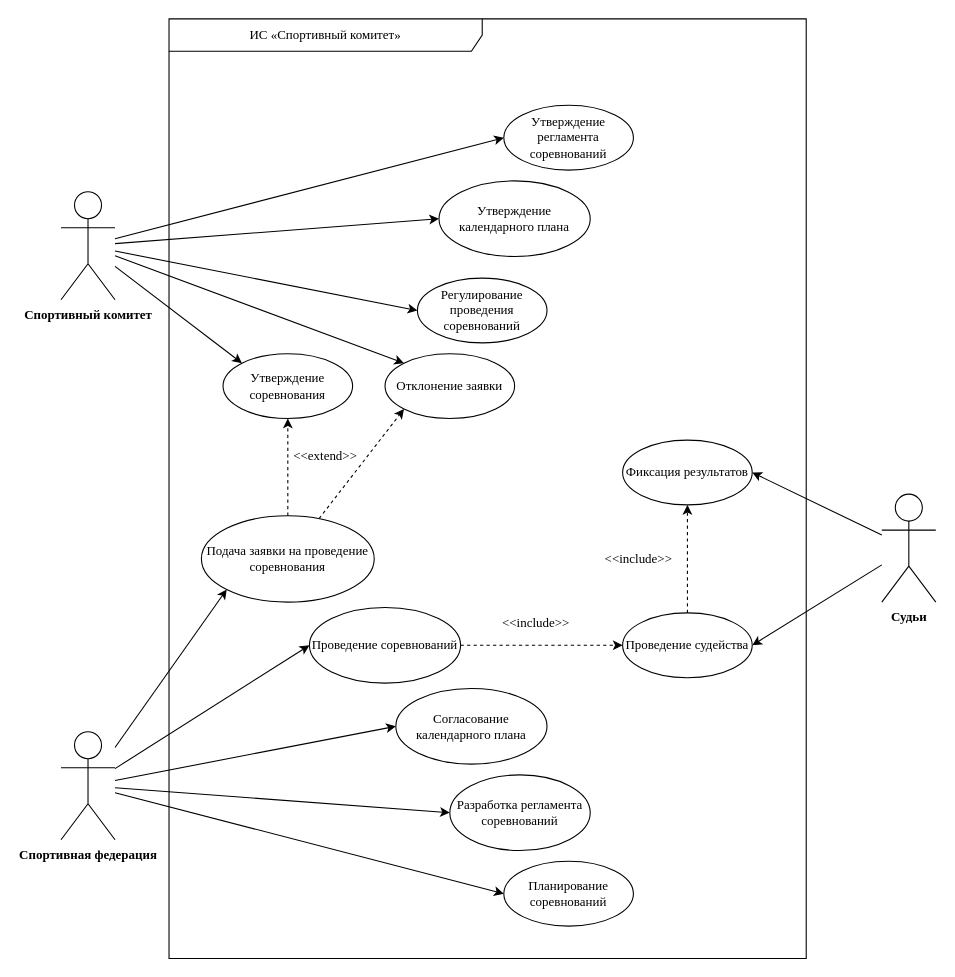
Earlier version of the draw.io diagram page "Вариантов" (5 of 11) of Диаграммы ИС «Спортивный комитет».drawio (antonch985/Education). Source tidied: cells renumbered, new cells numbered last; positions are measured from the earlier drawing's top-left corner, leaving out a move shared by most shapes. Both pictures are drawn from the tidied source at 108%, with x=0, y=0 at pixel (60, 18).
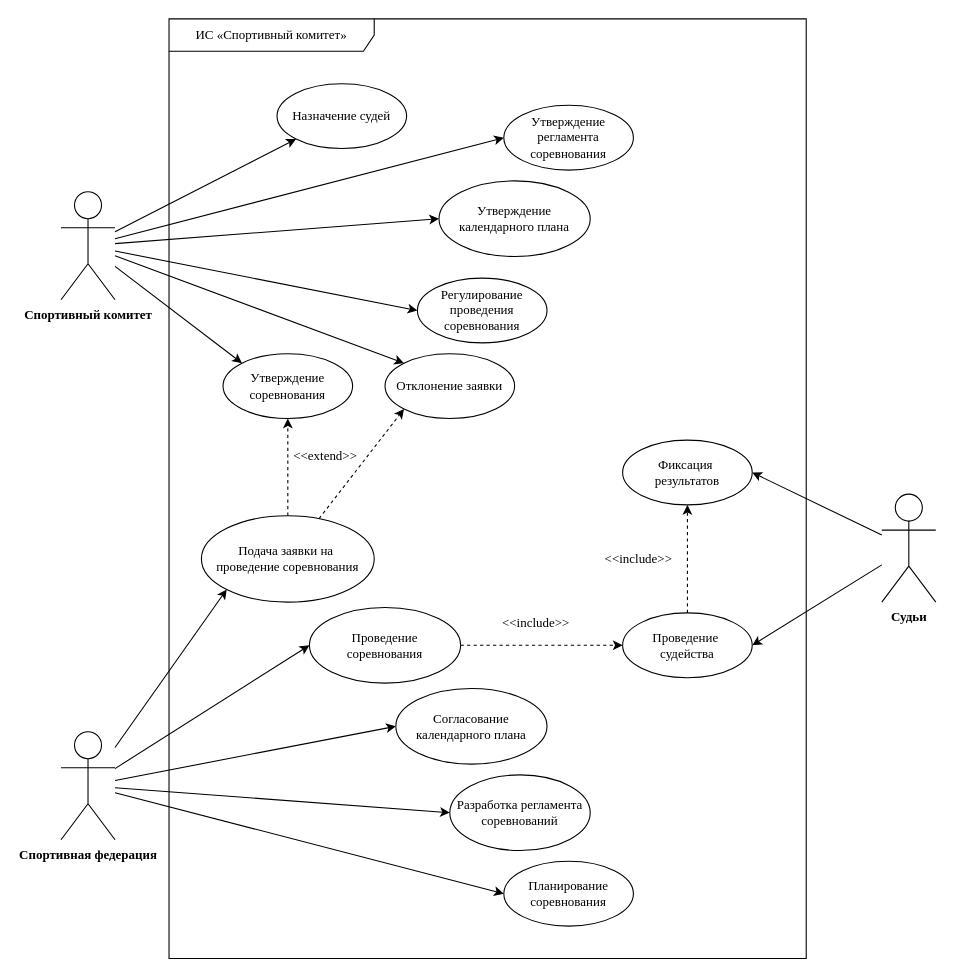
The same page after the edit.

Unchanged cells that the change refers to:
```xml
<mxCell id="7" value="Спортивный комитет" style="shape=umlActor;verticalLabelPosition=bottom;verticalAlign=top;html=1;outlineConnect=0;fontStyle=1;fontFamily=Times New Roman;" parent="1" vertex="1">
  <mxGeometry y="160" width="50" height="100" as="geometry" />
</mxCell>
```

Diff of the diagram source:
```diff
@@
+    <mxCell id="37" style="edgeStyle=none;rounded=0;jettySize=auto;html=1;entryX=0;entryY=1;entryDx=0;entryDy=0;" parent="1" edge="1" source="7" target="38">
+      <mxGeometry relative="1" as="geometry" />
+    </mxCell>
@@
-    <mxCell id="19" value="Подача заявки на проведение соревнования" style="ellipse;whiteSpace=wrap;html=1;fontFamily=Times New Roman;" parent="1" vertex="1">
+    <mxCell id="19" value="Подача заявки&amp;nbsp;&lt;span style=&quot;background-color: transparent; color: light-dark(rgb(0, 0, 0), rgb(255, 255, 255));&quot;&gt;на&amp;nbsp;&lt;/span&gt;&lt;div&gt;&lt;span style=&quot;background-color: transparent; color: light-dark(rgb(0, 0, 0), rgb(255, 255, 255));&quot;&gt;проведение соревнования&lt;/span&gt;&lt;/div&gt;" style="ellipse;whiteSpace=wrap;html=1;fontFamily=Times New Roman;" parent="1" vertex="1">
       <mxGeometry x="130" y="460" width="160" height="80" as="geometry" />
     </mxCell>
@@
-    <mxCell id="22" value="Планирование соревнований" style="ellipse;whiteSpace=wrap;html=1;fontFamily=Times New Roman;" parent="1" vertex="1">
+    <mxCell id="22" value="Планирование соревнования" style="ellipse;whiteSpace=wrap;html=1;fontFamily=Times New Roman;" parent="1" vertex="1">
       <mxGeometry x="410" y="780" width="120" height="60" as="geometry" />
     </mxCell>
@@
-    <mxCell id="25" value="Утверждение регламента соревнований" style="ellipse;whiteSpace=wrap;html=1;fontFamily=Times New Roman;" parent="1" vertex="1">
+    <mxCell id="25" value="Утверждение регламента соревнования" style="ellipse;whiteSpace=wrap;html=1;fontFamily=Times New Roman;" parent="1" vertex="1">
       <mxGeometry x="410" y="80" width="120" height="60" as="geometry" />
     </mxCell>
-    <mxCell id="26" value="Регулирование проведения соревнований" style="ellipse;whiteSpace=wrap;html=1;fontFamily=Times New Roman;" parent="1" vertex="1">
+    <mxCell id="26" value="Регулирование проведения соревнования" style="ellipse;whiteSpace=wrap;html=1;fontFamily=Times New Roman;" parent="1" vertex="1">
       <mxGeometry x="330" y="240" width="120" height="60" as="geometry" />
     </mxCell>
@@
-    <mxCell id="28" value="Проведение соревнований" style="ellipse;whiteSpace=wrap;html=1;fontFamily=Times New Roman;" parent="1" vertex="1">
+    <mxCell id="28" value="Проведение&lt;div&gt;соревнования&lt;/div&gt;" style="ellipse;whiteSpace=wrap;html=1;fontFamily=Times New Roman;" parent="1" vertex="1">
       <mxGeometry x="230" y="545" width="140" height="70" as="geometry" />
     </mxCell>
-    <mxCell id="29" value="Фиксация результатов" style="ellipse;whiteSpace=wrap;html=1;fontFamily=Times New Roman;" parent="1" vertex="1">
+    <mxCell id="29" value="Фиксация&amp;nbsp;&lt;div&gt;результатов&lt;/div&gt;" style="ellipse;whiteSpace=wrap;html=1;fontFamily=Times New Roman;" parent="1" vertex="1">
       <mxGeometry x="520" y="390" width="120" height="60" as="geometry" />
     </mxCell>
@@
-    <mxCell id="31" value="Проведение судейства" style="ellipse;whiteSpace=wrap;html=1;fontFamily=Times New Roman;" parent="1" vertex="1">
+    <mxCell id="31" value="Проведение&amp;nbsp;&lt;div&gt;судейства&lt;/div&gt;" style="ellipse;whiteSpace=wrap;html=1;fontFamily=Times New Roman;" parent="1" vertex="1">
       <mxGeometry x="520" y="550" width="120" height="60" as="geometry" />
     </mxCell>
@@
-    <mxCell id="36" value="ИС «Спортивный комитет»" style="shape=umlFrame;whiteSpace=wrap;html=1;width=290;height=30;fontFamily=Times New Roman;" parent="1" vertex="1">
+    <mxCell id="36" value="ИС «Спортивный комитет»" style="shape=umlFrame;whiteSpace=wrap;html=1;width=190;height=30;fontFamily=Times New Roman;" parent="1" vertex="1">
       <mxGeometry x="100" width="590" height="870" as="geometry" />
     </mxCell>
+    <mxCell id="38" value="Назначение судей" style="ellipse;whiteSpace=wrap;html=1;fontFamily=Times New Roman;" parent="1" vertex="1">
+      <mxGeometry x="200" y="60" width="120" height="60" as="geometry" />
+    </mxCell>
```
